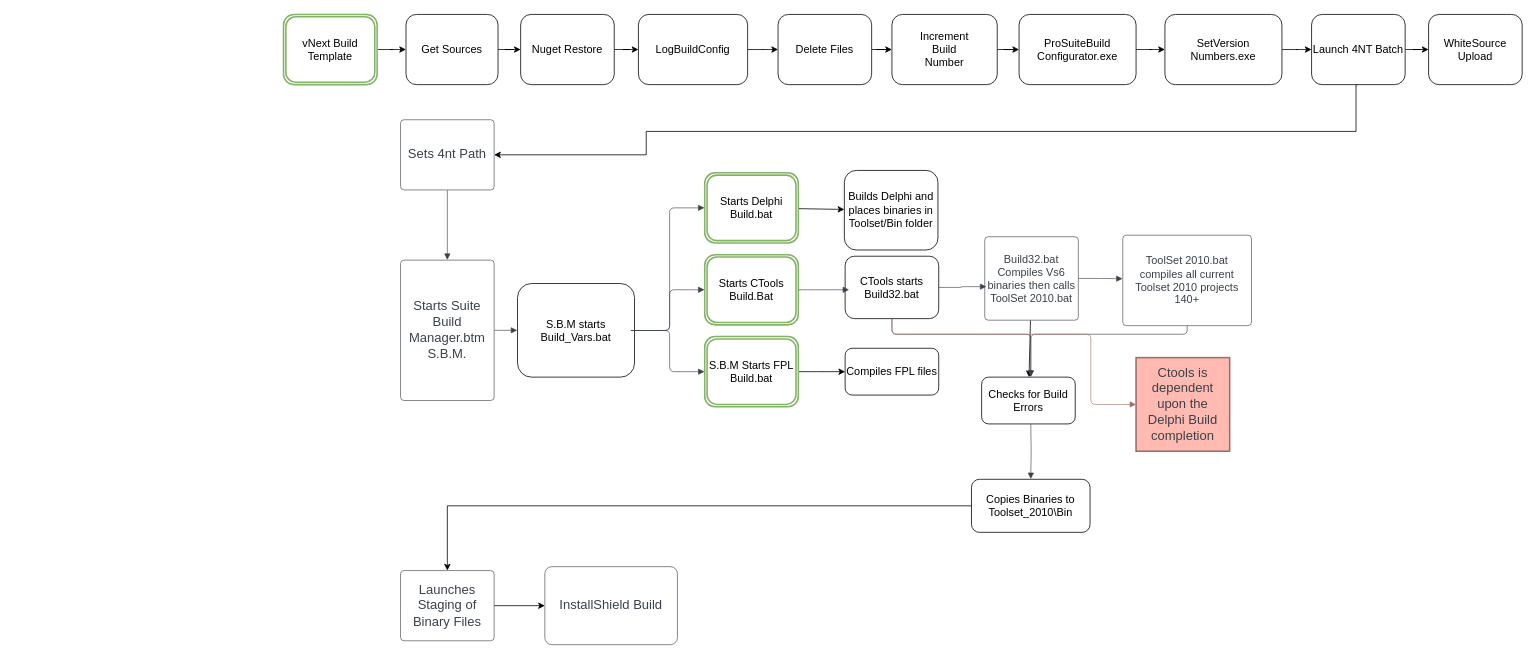
Before: page "Build Process" (1 of 3) of Untitled Diagram.drawio in joesalamy/DrawIO, a draw.io diagram. Source tidied: cells renumbered, new cells numbered last; positions are measured from the earlier drawing's top-left corner, leaving out a move shared by most shapes. Both pictures are drawn from the tidied source at 78%, with x=0, y=0 at pixel (283, 14).
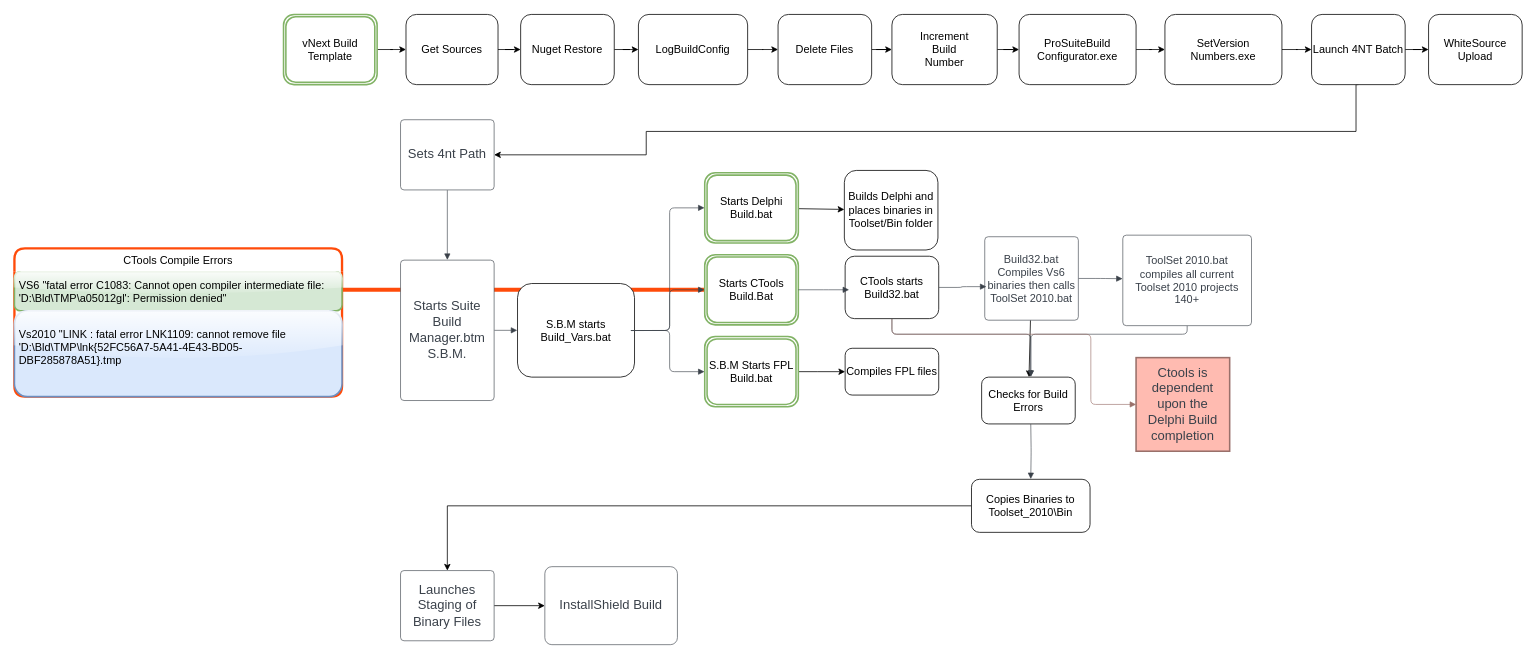
The same page after the edit.

The change refers to these unchanged cells:
```xml
<mxCell id="26" value="Starts CTools Build.Bat" style="shape=ext;double=1;rounded=1;whiteSpace=wrap;html=1;fontFamily=Helvetica;fontSize=14;strokeColor=#82b366;fillColor=none;strokeWidth=2;glass=1;sketch=0;shadow=0;" parent="1" vertex="1">
  <mxGeometry x="540" y="308" width="120" height="90" as="geometry" />
</mxCell>
```

What changed in the source:
```diff
@@
+    <mxCell id="55" style="edgeStyle=orthogonalEdgeStyle;rounded=0;jettySize=auto;html=1;fontSize=14;fontColor=#000000;strokeColor=#FF4B0A;strokeWidth=5;" parent="1" edge="1" source="26">
+      <mxGeometry relative="1" as="geometry">
+        <mxPoint x="35" y="353" as="targetPoint" />
+      </mxGeometry>
+    </mxCell>
@@
+    <mxCell id="56" parent="0" />
+    <mxCell id="57" value="CTools Compile Errors" style="swimlane;fontStyle=0;horizontal=1;startSize=30;fontSize=14;fontColor=#000000;strokeColor=#FF4B0A;fillColor=#FFFFFF;rounded=1;glass=0;swimlaneLine=0;strokeWidth=3;" parent="56" vertex="1">
+      <mxGeometry x="-345" y="300" width="420" height="190" as="geometry" />
+    </mxCell>
+    <mxCell id="58" value="VS6 &quot;fatal error C1083: Cannot open compiler intermediate file: 'D:\Bld\TMP\a05012gl': Permission denied&quot;" style="text;strokeColor=#82b366;fillColor=#d5e8d4;align=left;verticalAlign=middle;spacingLeft=4;spacingRight=4;overflow=hidden;fontSize=14;whiteSpace=wrap;rounded=1;glass=1;strokeWidth=2;" parent="57" vertex="1">
+      <mxGeometry y="30" width="420" height="50" as="geometry" />
+    </mxCell>
+    <mxCell id="59" value="Vs2010 &quot;LINK : fatal error LNK1109: cannot remove file 'D:\Bld\TMP\lnk{52FC56A7-5A41-4E43-BD05-DBF285878A51}.tmp&#10; " style="text;strokeColor=#6c8ebf;fillColor=#dae8fc;align=left;verticalAlign=middle;spacingLeft=4;spacingRight=4;overflow=hidden;fontSize=14;whiteSpace=wrap;strokeWidth=2;rounded=1;glass=1;" parent="57" vertex="1">
+      <mxGeometry y="80" width="420" height="110" as="geometry" />
+    </mxCell>
```
